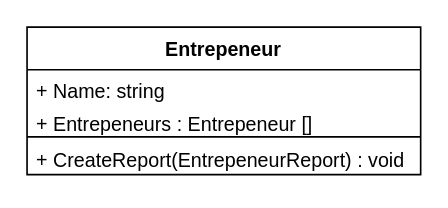
The draw.io diagram Assets/UML_Diagrams/Entrepeneur.drawio in ProgramacionII-Equipo3/Proyecto, before the edit. Source tidied: cells renumbered, new cells numbered last; positions are measured from the earlier drawing's top-left corner, leaving out a move shared by most shapes. Both pictures are drawn from the tidied source at 164%, with x=0, y=0 at pixel (26, 26).
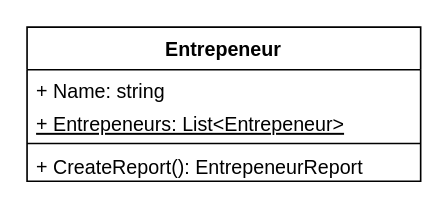
The same diagram, later.

The edit, as a diff of the source:
```diff
@@
 <mxGraphModel>
   <root>
     <mxCell id="0" />
     <mxCell id="1" parent="0" />
     <mxCell id="2" value="Entrepeneur" style="swimlane;fontStyle=1;align=center;verticalAlign=top;horizontal=1;startSize=26;" parent="1" vertex="1">
-      <mxGeometry width="240" height="90" as="geometry" />
+      <mxGeometry width="240" height="94" as="geometry" />
     </mxCell>
     <mxCell id="3" value="+ Name: string" style="text;strokeColor=none;fillColor=none;align=left;verticalAlign=top;spacingLeft=4;spacingRight=4;overflow=hidden;" parent="2" vertex="1">
       <mxGeometry y="26" width="240" height="20" as="geometry" />
     </mxCell>
-    <mxCell id="4" value="+ Entrepeneurs : Entrepeneur []" style="text;strokeColor=none;fillColor=none;align=left;verticalAlign=top;spacingLeft=4;spacingRight=4;overflow=hidden;" parent="2" vertex="1">
-      <mxGeometry y="46" width="240" height="20" as="geometry" />
+    <mxCell id="4" value="+ Entrepeneurs: List&lt;Entrepeneur&gt;" style="text;strokeColor=none;fillColor=none;align=left;verticalAlign=top;spacingLeft=4;spacingRight=4;overflow=hidden;fontStyle=4;" parent="2" vertex="1">
+      <mxGeometry y="46" width="240" height="24" as="geometry" />
     </mxCell>
     <mxCell id="5" style="line;strokeWidth=1;fillColor=none;align=left;verticalAlign=middle;spacingTop=-1;spacingLeft=3;spacingRight=3;labelPosition=right;" parent="2" vertex="1">
-      <mxGeometry y="66" width="240" height="2" as="geometry" />
+      <mxGeometry y="70" width="240" height="2" as="geometry" />
     </mxCell>
-    <mxCell id="6" value="+ CreateReport(EntrepeneurReport) : void" style="text;strokeColor=none;fillColor=none;align=left;verticalAlign=top;spacingLeft=4;spacingRight=4;overflow=hidden;" parent="2" vertex="1">
-      <mxGeometry y="68" width="240" height="22" as="geometry" />
+    <mxCell id="6" value="+ CreateReport(): EntrepeneurReport" style="text;strokeColor=none;fillColor=none;align=left;verticalAlign=top;spacingLeft=4;spacingRight=4;overflow=hidden;" parent="2" vertex="1">
+      <mxGeometry y="72" width="240" height="22" as="geometry" />
     </mxCell>
   </root>
 </mxGraphModel>
```
